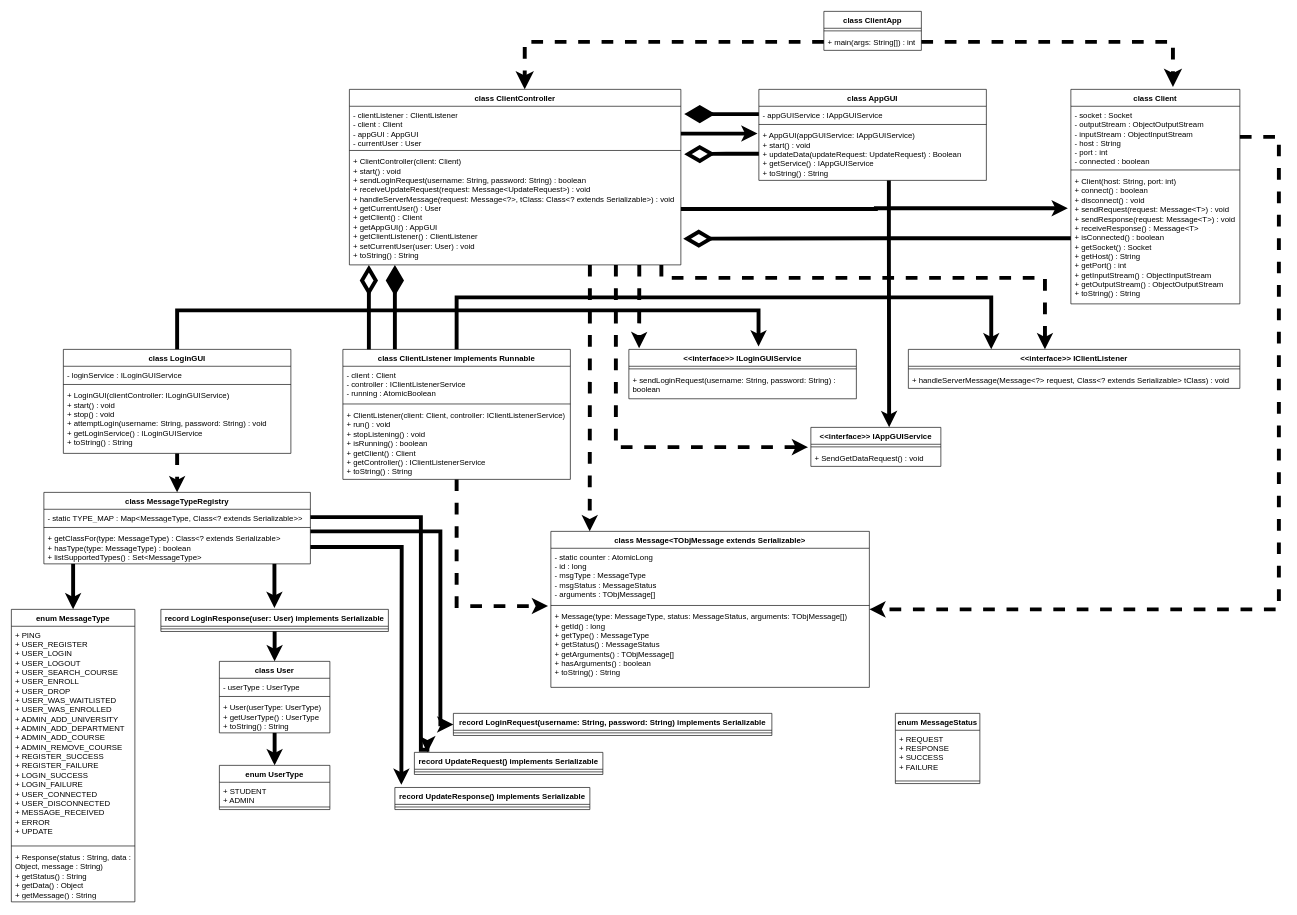
Above: documentation/coursetrack_client_uml.drawio in stephkno/CourseTrack (draw.io), before the change. Source tidied: cells renumbered, new cells numbered last; positions are measured from the earlier drawing's top-left corner, leaving out a move shared by most shapes. Both pictures are drawn from the tidied source at 65%, with x=0, y=0 at pixel (11, 11).
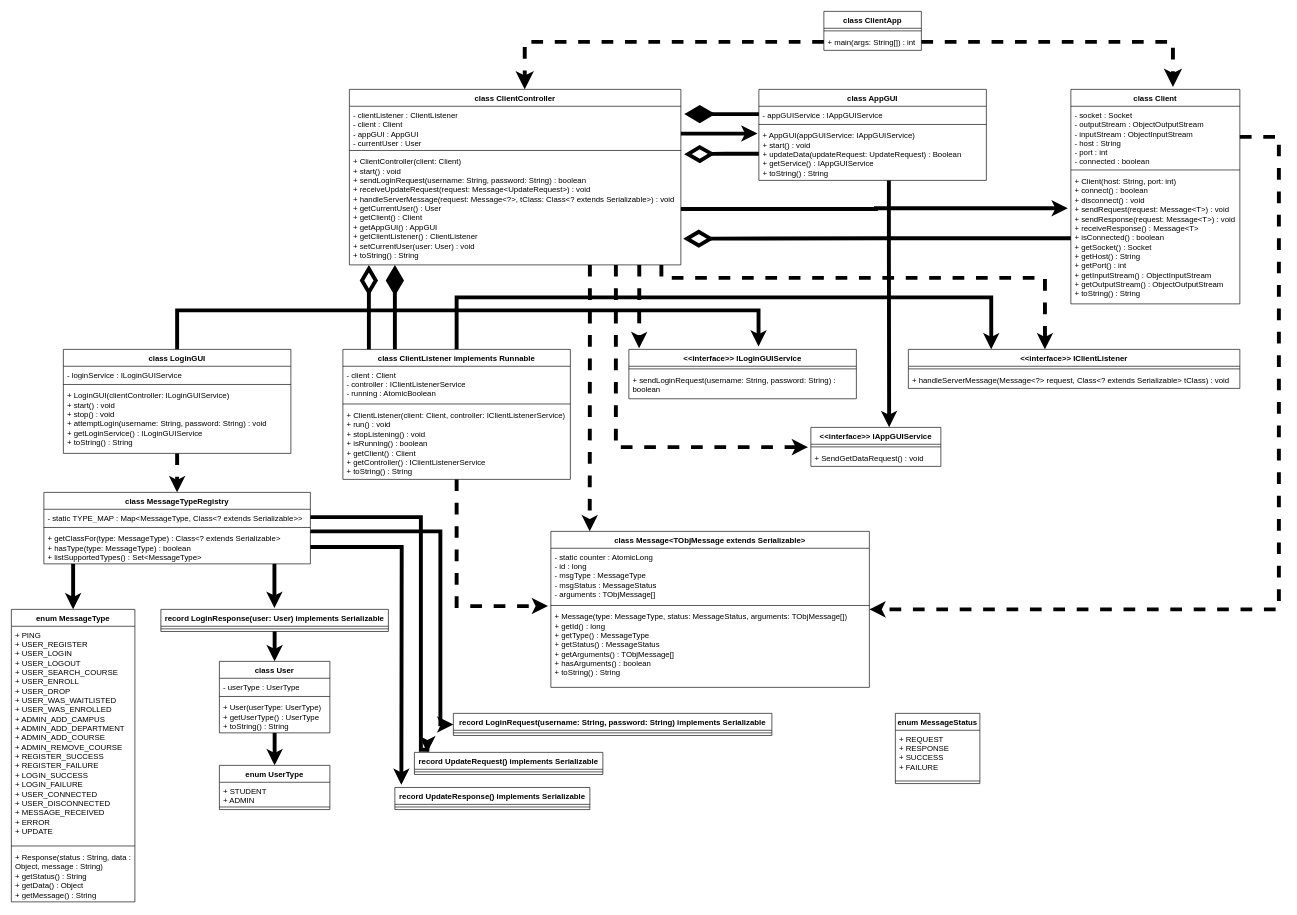
The same diagram, later.

The change refers to these unchanged cells:
```xml
<mxCell id="2" value="&lt;strong&gt;enum MessageType&lt;/strong&gt;" style="swimlane;fontStyle=1;align=center;verticalAlign=top;horizontal=1;startSize=26;whiteSpace=wrap;html=1;" parent="1" vertex="1">
  <mxGeometry y="920" width="190" height="450" as="geometry" />
</mxCell>
```

Change to the diagram source:
```diff
@@
-    <mxCell id="3" value="+ PING&lt;br&gt;+ USER_REGISTER&lt;br&gt;+ USER_LOGIN&lt;br&gt;+ USER_LOGOUT&lt;br&gt;+ USER_SEARCH_COURSE&lt;br&gt;+ USER_ENROLL&lt;br&gt;+ USER_DROP&lt;br&gt;+ USER_WAS_WAITLISTED&lt;br&gt;+ USER_WAS_ENROLLED&lt;br&gt;+ ADMIN_ADD_UNIVERSITY&lt;br&gt;+ ADMIN_ADD_DEPARTMENT&lt;br&gt;+ ADMIN_ADD_COURSE&lt;br&gt;+ ADMIN_REMOVE_COURSE&lt;br&gt;+ REGISTER_SUCCESS&lt;br&gt;+ REGISTER_FAILURE&lt;br&gt;+ LOGIN_SUCCESS&lt;br&gt;+ LOGIN_FAILURE&lt;br&gt;+ USER_CONNECTED&lt;br&gt;+ USER_DISCONNECTED&lt;br&gt;+ MESSAGE_RECEIVED&lt;br&gt;+ ERROR&lt;br&gt;+ UPDATE&amp;nbsp;&amp;nbsp;" style="text;strokeColor=none;fillColor=none;align=left;verticalAlign=top;spacingLeft=4;spacingRight=4;overflow=hidden;whiteSpace=wrap;html=1;" parent="2" vertex="1">
+    <mxCell id="3" value="+ PING&lt;br&gt;+ USER_REGISTER&lt;br&gt;+ USER_LOGIN&lt;br&gt;+ USER_LOGOUT&lt;br&gt;+ USER_SEARCH_COURSE&lt;br&gt;+ USER_ENROLL&lt;br&gt;+ USER_DROP&lt;br&gt;+ USER_WAS_WAITLISTED&lt;br&gt;+ USER_WAS_ENROLLED&lt;br&gt;+ ADMIN_ADD_CAMPUS&lt;br&gt;+ ADMIN_ADD_DEPARTMENT&lt;br&gt;+ ADMIN_ADD_COURSE&lt;br&gt;+ ADMIN_REMOVE_COURSE&lt;br&gt;+ REGISTER_SUCCESS&lt;br&gt;+ REGISTER_FAILURE&lt;br&gt;+ LOGIN_SUCCESS&lt;br&gt;+ LOGIN_FAILURE&lt;br&gt;+ USER_CONNECTED&lt;br&gt;+ USER_DISCONNECTED&lt;br&gt;+ MESSAGE_RECEIVED&lt;br&gt;+ ERROR&lt;br&gt;+ UPDATE&amp;nbsp;&amp;nbsp;" style="text;strokeColor=none;fillColor=none;align=left;verticalAlign=top;spacingLeft=4;spacingRight=4;overflow=hidden;whiteSpace=wrap;html=1;" parent="2" vertex="1">
       <mxGeometry y="26" width="190" height="334" as="geometry" />
     </mxCell>
```
